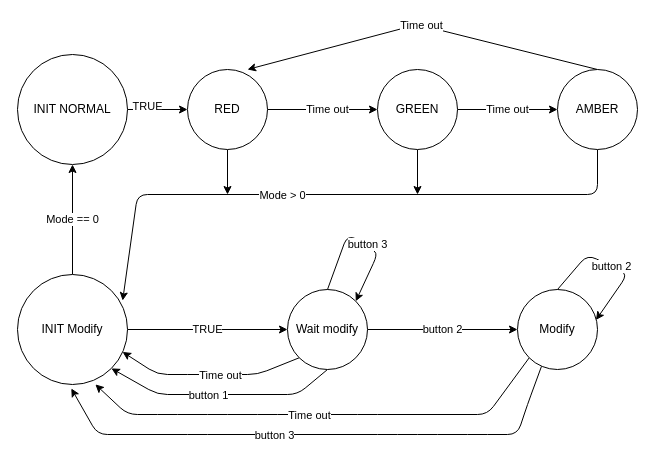
dang-khoa-2k4/MP-MC keeps this draw.io diagram as lab3/trafficLight.drawio. Above is the earlier version. Source tidied: cells renumbered, new cells numbered last; positions are measured from the earlier drawing's top-left corner, leaving out a move shared by most shapes. Both pictures are drawn from the tidied source at 100%, with x=0, y=0 at pixel (17, 24).
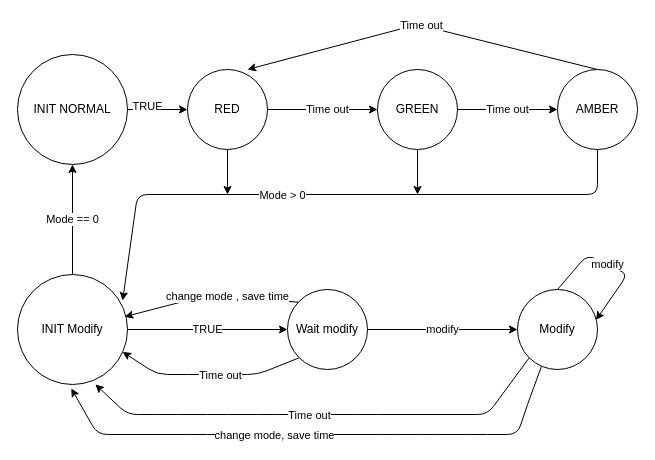
The same diagram, later.

The change refers to these unchanged cells:
```xml
<mxCell id="17" value="INIT Modify" style="ellipse;whiteSpace=wrap;html=1;" parent="1" vertex="1">
  <mxGeometry y="250" width="110" height="110" as="geometry" />
</mxCell>
<mxCell id="23" value="Wait modify" style="ellipse;whiteSpace=wrap;html=1;" parent="1" vertex="1">
  <mxGeometry x="270" y="265" width="80" height="80" as="geometry" />
</mxCell>
<mxCell id="24" style="edgeStyle=none;html=1;exitX=0.3;exitY=0.96;exitDx=0;exitDy=0;entryX=0.489;entryY=1.036;entryDx=0;entryDy=0;entryPerimeter=0;exitPerimeter=0;" parent="1" edge="1" source="28" target="17">
  <mxGeometry relative="1" as="geometry">
    <Array as="points">
      <mxPoint x="510" y="380" />
      <mxPoint x="500" y="410" />
      <mxPoint x="460" y="410" />
      <mxPoint x="410" y="410" />
      <mxPoint x="370" y="410" />
      <mxPoint x="180" y="410" />
      <mxPoint x="80" y="410" />
    </Array>
  </mxGeometry>
</mxCell>
<mxCell id="28" value="Modify" style="ellipse;whiteSpace=wrap;html=1;" parent="1" vertex="1">
  <mxGeometry x="500" y="265" width="80" height="80" as="geometry" />
</mxCell>
```

Change to the diagram source:
```diff
@@
-    <mxCell id="18" value="button 2" style="edgeStyle=none;html=1;exitX=1;exitY=0.5;exitDx=0;exitDy=0;entryX=0;entryY=0.5;entryDx=0;entryDy=0;" parent="1" edge="1" source="23" target="28">
+    <mxCell id="18" value="modify" style="edgeStyle=none;html=1;exitX=1;exitY=0.5;exitDx=0;exitDy=0;entryX=0;entryY=0.5;entryDx=0;entryDy=0;" parent="1" edge="1" source="23" target="28">
       <mxGeometry relative="1" as="geometry" />
     </mxCell>
-    <mxCell id="19" style="edgeStyle=none;html=1;exitX=0.5;exitY=1;exitDx=0;exitDy=0;entryX=1;entryY=1;entryDx=0;entryDy=0;" parent="1" edge="1" source="23" target="17">
-      <mxGeometry relative="1" as="geometry">
-        <Array as="points">
-          <mxPoint x="280" y="370" />
-          <mxPoint x="200" y="370" />
-          <mxPoint x="140" y="370" />
-        </Array>
-      </mxGeometry>
-    </mxCell>
-    <mxCell id="20" value="button 1" style="edgeLabel;html=1;align=center;verticalAlign=middle;" parent="19" vertex="1">
-      <mxGeometry x="0.11" relative="1" as="geometry" />
-    </mxCell>
@@
-    <mxCell id="25" value="button 3" style="edgeLabel;html=1;align=center;verticalAlign=middle;" parent="24" vertex="1">
+    <mxCell id="25" value="change mode, save time" style="edgeLabel;html=1;align=center;verticalAlign=middle;" parent="24" vertex="1">
       <mxGeometry x="0.16" relative="1" as="geometry" />
     </mxCell>
@@
-    <mxCell id="29" value="button 3" style="edgeStyle=none;html=1;exitX=0.5;exitY=0;exitDx=0;exitDy=0;entryX=1;entryY=0;entryDx=0;entryDy=0;" parent="1" edge="1" source="23" target="23">
-      <mxGeometry x="0.1" relative="1" as="geometry">
+    <mxCell id="29" value="change mode , save time" style="edgeStyle=none;html=1;exitX=0;exitY=0;exitDx=0;exitDy=0;startArrow=none;" parent="1" edge="1">
+      <mxGeometry x="-0.19" y="-1" relative="1" as="geometry">
+        <mxPoint x="280.7" y="277.7" as="sourcePoint" />
+        <mxPoint x="107.2" y="292.2" as="targetPoint" />
         <Array as="points">
-          <mxPoint x="330" y="210" />
-          <mxPoint x="350" y="220" />
-          <mxPoint x="360" y="230" />
+          <mxPoint x="189" y="271" />
         </Array>
       </mxGeometry>
     </mxCell>
-    <mxCell id="30" value="button 2" style="edgeStyle=none;html=1;exitX=0.5;exitY=0;exitDx=0;exitDy=0;entryX=0.981;entryY=0.381;entryDx=0;entryDy=0;entryPerimeter=0;" parent="1" edge="1" source="28" target="28">
-      <mxGeometry relative="1" as="geometry">
+    <mxCell id="30" value="modify" style="edgeStyle=none;html=1;exitX=0.5;exitY=0;exitDx=0;exitDy=0;entryX=0.981;entryY=0.381;entryDx=0;entryDy=0;entryPerimeter=0;" parent="1" edge="1" source="28" target="28">
+      <mxGeometry x="-0.06" relative="1" as="geometry">
         <Array as="points">
           <mxPoint x="570" y="230" />
           <mxPoint x="590" y="240" />
           <mxPoint x="610" y="250" />
         </Array>
       </mxGeometry>
     </mxCell>
```
